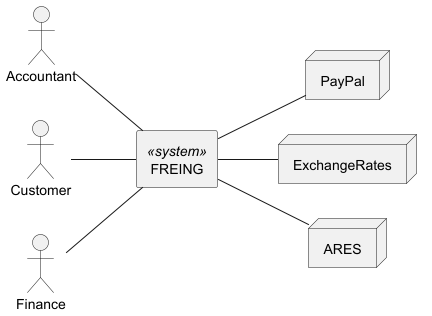
This is diagrams/FREING_BUSINESS_CONTEXT_DIAGRAM.png from zlesak/FREING, a PlantUML export, as it was before one commit.
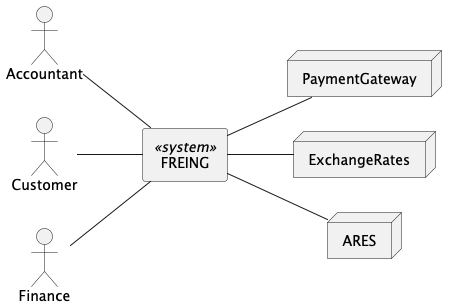
After the change.

Commit message:
PaymentGateway naming in bussines context change

Change to the diagram source:
```diff
@@ -9,7 +9,7 @@
 
 }
 
-node PayPal as paypal{
+node PaymentGateway as paypal{
 }
 
 node ExchangeRates as exchange_rates{
```
